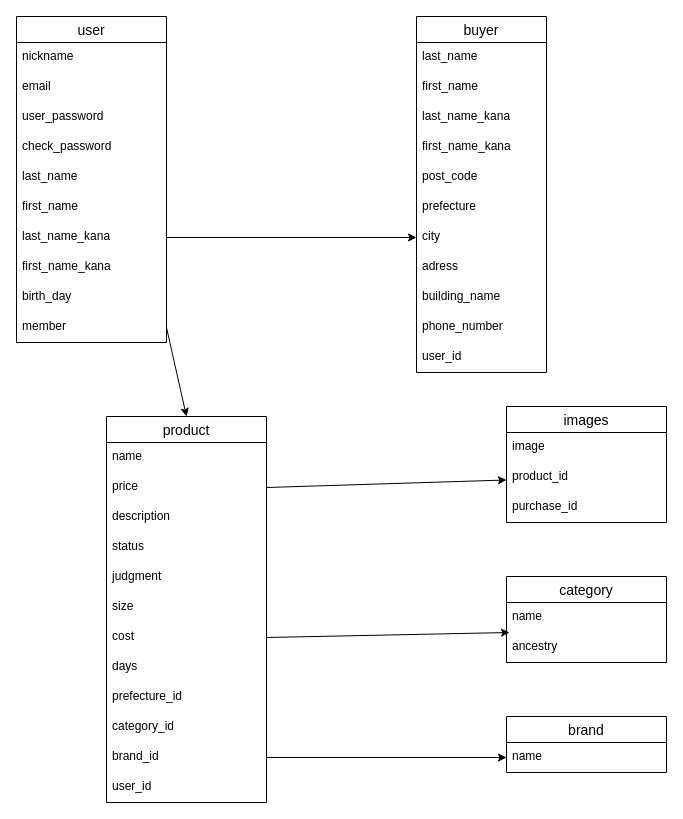
The draw.io diagram ER.dio in Takamiti-58/furima-32130, before the edit. Source tidied: cells renumbered, new cells numbered last; positions are measured from the earlier drawing's top-left corner, leaving out a move shared by most shapes. Both pictures are drawn from the tidied source at 100%, with x=0, y=0 at pixel (16, 16).
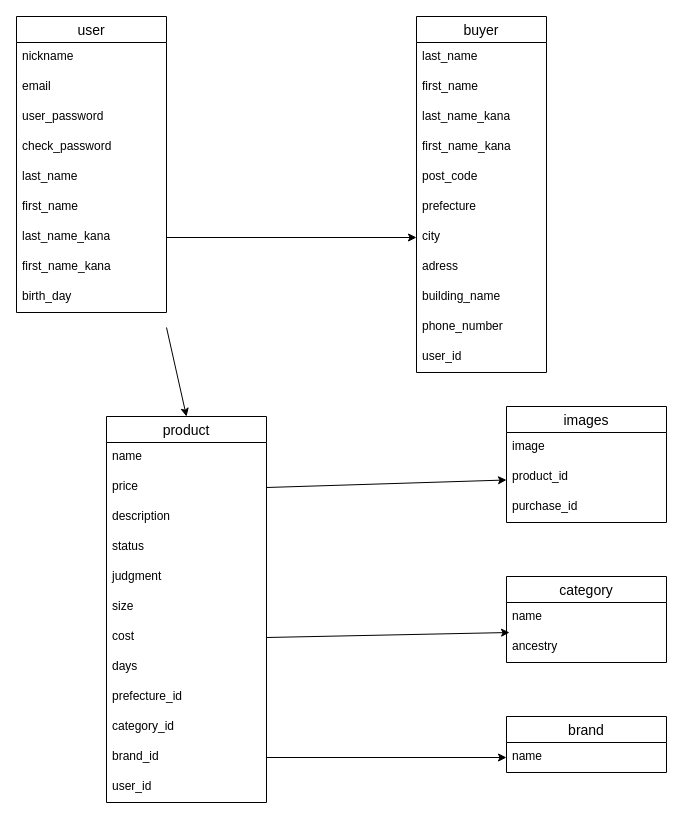
After the change.

Commit message (it also covers changes not shown here):
テーブル修正後３

The change refers to these unchanged cells:
```xml
<mxCell id="25" value="product" style="swimlane;fontStyle=0;horizontal=1;startSize=26;align=center;fontSize=14;" parent="1" vertex="1">
  <mxGeometry x="90" y="400" width="160" height="386" as="geometry" />
</mxCell>
```

Diff of the diagram source:
```diff
@@
     <mxCell id="2" value="user" style="swimlane;fontStyle=0;horizontal=1;startSize=26;align=center;fontSize=14;" parent="1" vertex="1">
-      <mxGeometry width="150" height="326" as="geometry" />
+      <mxGeometry width="150" height="296" as="geometry" />
     </mxCell>
@@
-    <mxCell id="12" value="member" style="text;strokeColor=none;fillColor=none;spacingLeft=4;spacingRight=4;overflow=hidden;points=[[0,0.5],[1,0.5]];portConstraint=eastwest;fontSize=12;" parent="2" vertex="1">
-      <mxGeometry y="296" width="150" height="30" as="geometry" />
-    </mxCell>
@@
-    <mxCell id="52" style="edgeStyle=none;rounded=0;jettySize=auto;html=1;exitX=1;exitY=0.5;exitDx=0;exitDy=0;entryX=0.5;entryY=0;entryDx=0;entryDy=0;" parent="1" edge="1" source="12" target="25">
-      <mxGeometry relative="1" as="geometry" />
+    <mxCell id="52" style="edgeStyle=none;rounded=0;jettySize=auto;html=1;exitX=1;exitY=0.5;exitDx=0;exitDy=0;entryX=0.5;entryY=0;entryDx=0;entryDy=0;" parent="1" edge="1" target="25">
+      <mxGeometry relative="1" as="geometry">
+        <mxPoint x="150" y="311" as="sourcePoint" />
+      </mxGeometry>
     </mxCell>
```
